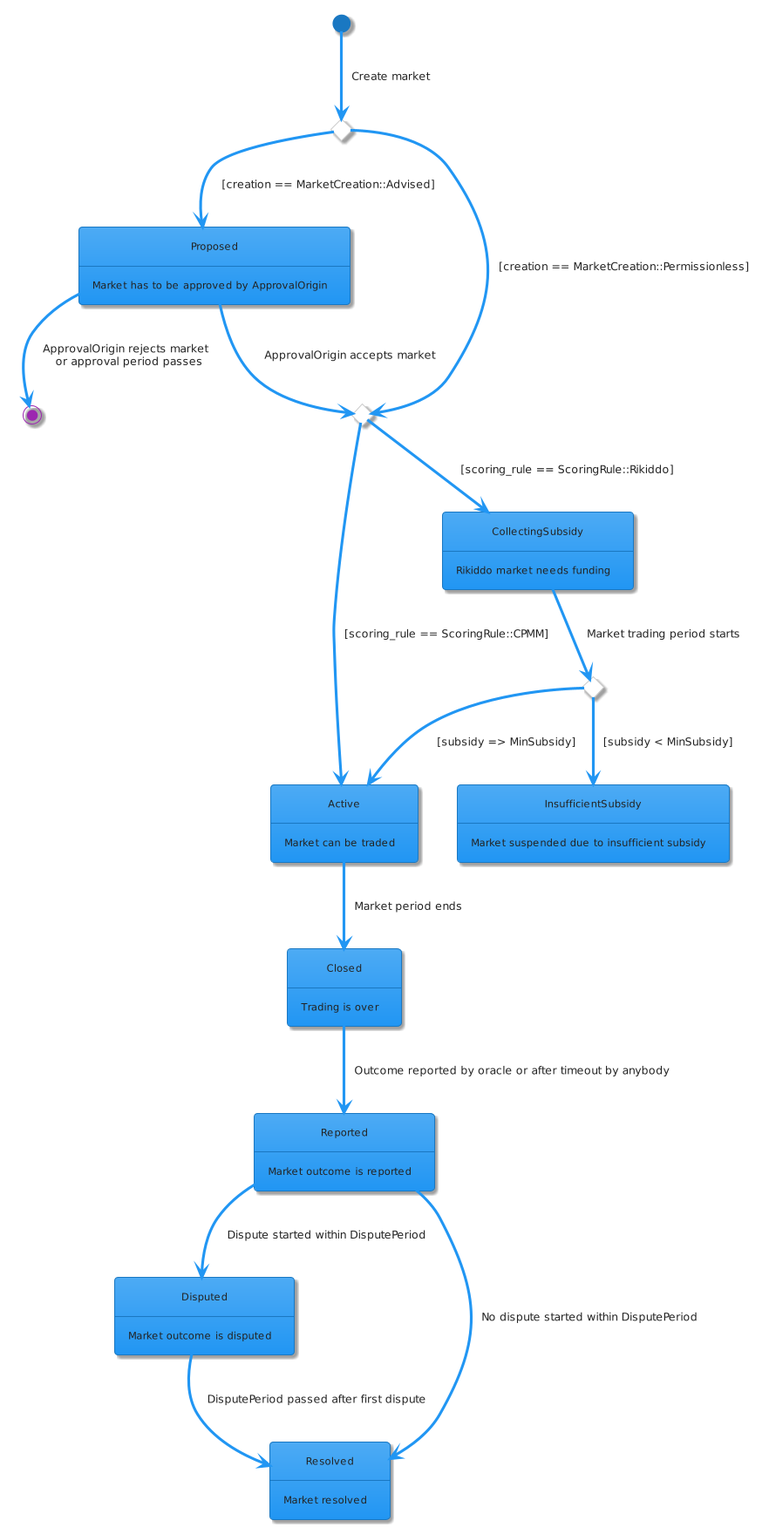
zeitgeistpm/zeitgeist keeps this PlantUML diagram as docs/diagrams/png/market_state_diagram.png. Above is the earlier version.
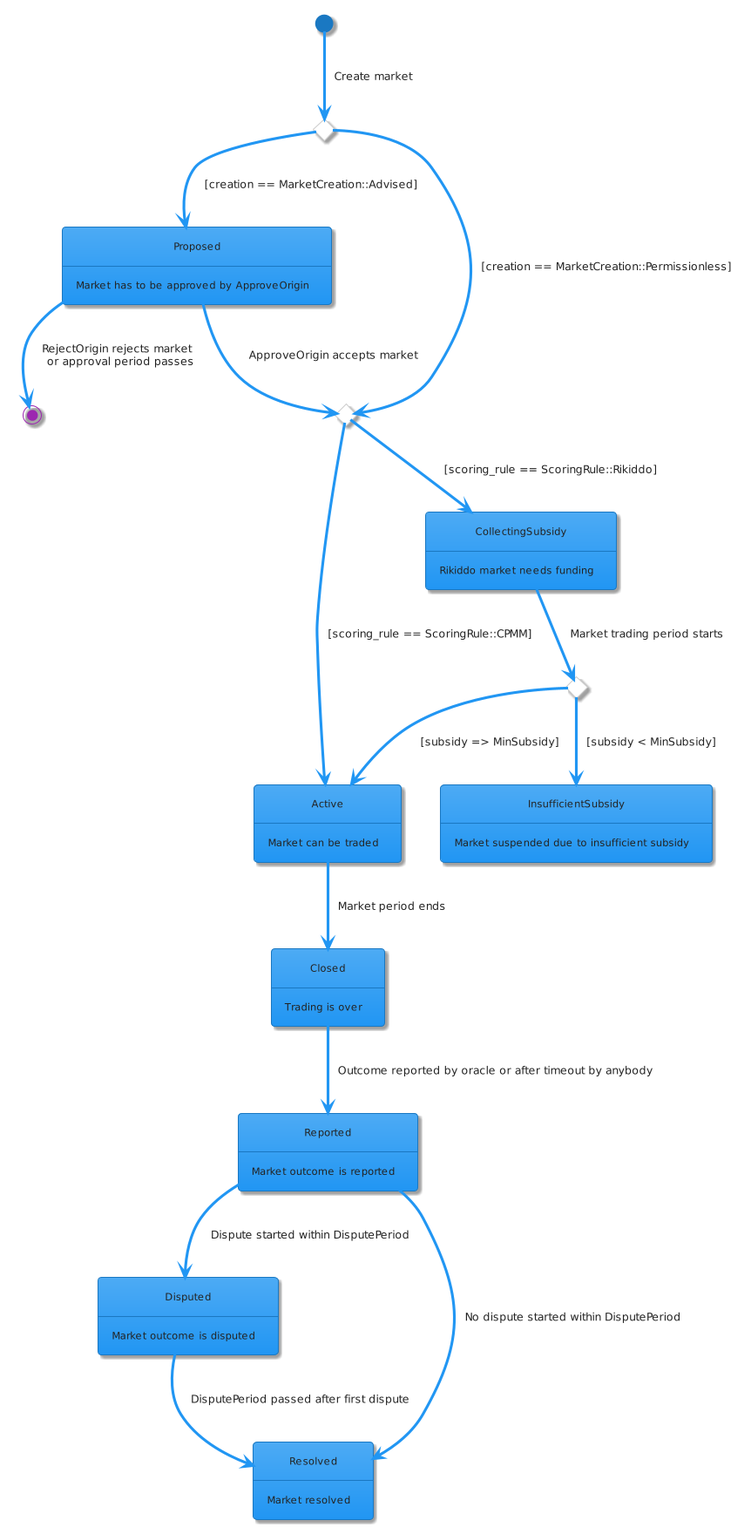
The same diagram one commit later.

Commit message:
Update market state diagram

The edit, as a diff of the source:
```diff
@@ -6,7 +6,7 @@
 state CollectingSubsidy : Rikiddo market needs funding
 state Disputed: Market outcome is disputed
 state InsufficientSubsidy : Market suspended due to insufficient subsidy
-state Proposed : Market has to be approved by ApprovalOrigin
+state Proposed : Market has to be approved by ApproveOrigin
 state Reported : Market outcome is reported
 state Resolved : Market resolved
 
@@ -21,8 +21,8 @@
 cpmm_or_rikiddo --> Active : [scoring_rule == ScoringRule::CPMM]
 cpmm_or_rikiddo --> CollectingSubsidy : [scoring_rule == ScoringRule::Rikiddo]
 
-Proposed --> cpmm_or_rikiddo : ApprovalOrigin accepts market
-Proposed --> [*] : ApprovalOrigin rejects market \n or approval period passes
+Proposed --> cpmm_or_rikiddo : ApproveOrigin accepts market
+Proposed --> [*] : RejectOrigin rejects market \n or approval period passes
 
 CollectingSubsidy --> enough_subsidy : Market trading period starts
 enough_subsidy --> Active : [subsidy => MinSubsidy]
```
